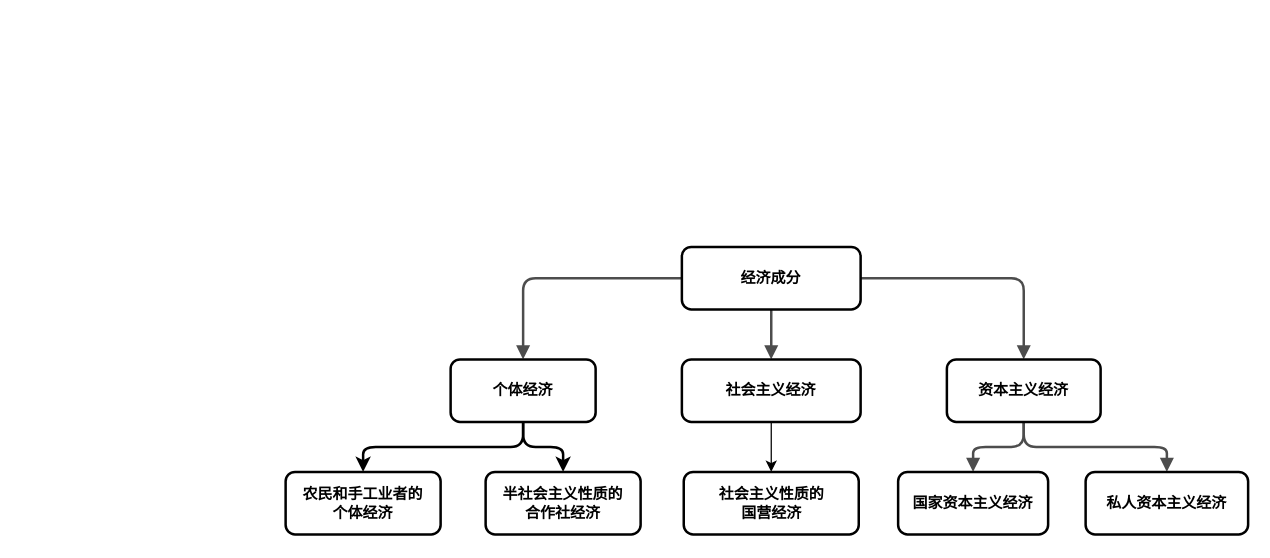
Chaos1025/DiagramRep keeps this draw.io diagram as 新民主主义时期社会成分.drawio. Above is the earlier version. Source tidied: cells renumbered, new cells numbered last; positions are measured from the earlier drawing's top-left corner, leaving out a move shared by most shapes. Both pictures are drawn from the tidied source at 125%, with x=0, y=0 at pixel (285, 246).
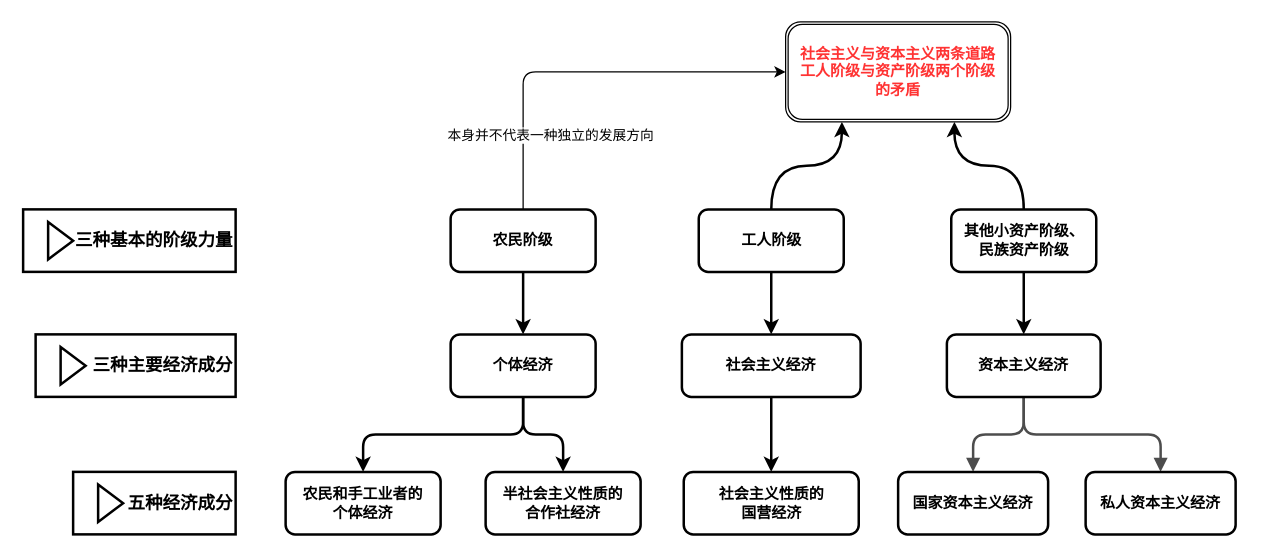
The same diagram, later.

Commit message (it also covers changes not shown here):
更新新民主主义时期社会成分.drawio

Unchanged cells that the change refers to:
```xml
<mxCell id="18" value="社会主义性质的&lt;br&gt;国营经济" style="whiteSpace=wrap;html=1;rounded=1;shadow=0;comic=0;strokeWidth=2;fontFamily=Verdana;align=center;fontSize=12;fontStyle=1;" parent="1" vertex="1">
  <mxGeometry x="318.5" y="180" width="140" height="50" as="geometry" />
</mxCell>
```

Diff of the diagram source:
```diff
@@
-    <mxCell id="2" style="edgeStyle=orthogonalEdgeStyle;rounded=1;html=1;labelBackgroundColor=none;endArrow=block;endFill=1;strokeColor=#4D4D4D;strokeWidth=2;fontFamily=Verdana;fontSize=12;fontStyle=1;" parent="1" edge="1" source="14" target="13">
-      <mxGeometry relative="1" as="geometry" />
-    </mxCell>
-    <mxCell id="3" style="edgeStyle=orthogonalEdgeStyle;rounded=1;html=1;labelBackgroundColor=none;endArrow=block;endFill=1;strokeColor=#4D4D4D;strokeWidth=2;fontFamily=Verdana;fontSize=12;fontStyle=1;" parent="1" edge="1" source="14" target="10">
-      <mxGeometry relative="1" as="geometry" />
-    </mxCell>
-    <mxCell id="4" style="edgeStyle=orthogonalEdgeStyle;rounded=1;html=1;labelBackgroundColor=none;endArrow=block;endFill=1;strokeColor=#4D4D4D;strokeWidth=2;fontFamily=Verdana;fontSize=12;fontStyle=1;" parent="1" edge="1" source="14" target="15">
-      <mxGeometry relative="1" as="geometry" />
-    </mxCell>
@@
     <mxCell id="10" value="个体经济" style="whiteSpace=wrap;html=1;rounded=1;shadow=0;comic=0;strokeWidth=2;fontFamily=Verdana;align=center;fontSize=12;fontStyle=1;" parent="1" vertex="1">
-      <mxGeometry x="132" y="90" width="116" height="50" as="geometry" />
+      <mxGeometry x="132" y="70" width="116" height="50" as="geometry" />
     </mxCell>
@@
-    <mxCell id="12" style="edgeStyle=orthogonalEdgeStyle;rounded=0;jettySize=auto;html=1;" parent="1" edge="1" source="13" target="18">
+    <mxCell id="12" style="edgeStyle=orthogonalEdgeStyle;rounded=1;jettySize=auto;html=1;strokeWidth=2;" parent="1" edge="1" source="13" target="18">
       <mxGeometry relative="1" as="geometry" />
     </mxCell>
     <mxCell id="13" value="社会主义经济" style="whiteSpace=wrap;html=1;rounded=1;shadow=0;comic=0;strokeWidth=2;fontFamily=Verdana;align=center;fontSize=12;fontStyle=1;" parent="1" vertex="1">
-      <mxGeometry x="317" y="90" width="143" height="50" as="geometry" />
+      <mxGeometry x="317" y="70" width="143" height="50" as="geometry" />
     </mxCell>
-    <mxCell id="14" value="经济成分" style="whiteSpace=wrap;html=1;rounded=1;shadow=0;comic=0;strokeWidth=2;fontFamily=Verdana;align=center;fontSize=12;fontStyle=1;" parent="1" vertex="1">
-      <mxGeometry x="317" width="143" height="50" as="geometry" />
-    </mxCell>
     <mxCell id="15" value="资本主义经济" style="whiteSpace=wrap;html=1;rounded=1;shadow=0;comic=0;strokeWidth=2;fontFamily=Verdana;align=center;fontSize=12;fontStyle=1;" parent="1" vertex="1">
-      <mxGeometry x="529" y="90" width="123" height="50" as="geometry" />
+      <mxGeometry x="529" y="70" width="123" height="50" as="geometry" />
     </mxCell>
@@
     <mxCell id="17" value="私人资本主义经济" style="whiteSpace=wrap;html=1;rounded=1;shadow=0;comic=0;strokeWidth=2;fontFamily=Verdana;align=center;fontSize=12;fontStyle=1;" parent="1" vertex="1">
-      <mxGeometry x="640" y="180" width="130" height="50" as="geometry" />
+      <mxGeometry x="640" y="180" width="120" height="50" as="geometry" />
     </mxCell>
@@
+    <mxCell id="19" style="edgeStyle=orthogonalEdgeStyle;rounded=1;jettySize=auto;html=1;exitX=0.5;exitY=1;exitDx=0;exitDy=0;entryX=0.5;entryY=0;entryDx=0;entryDy=0;strokeWidth=2;" parent="1" edge="1" source="22" target="10">
+      <mxGeometry relative="1" as="geometry" />
+    </mxCell>
+    <mxCell id="20" style="edgeStyle=orthogonalEdgeStyle;rounded=1;jettySize=auto;html=1;exitX=0.5;exitY=0;exitDx=0;exitDy=0;entryX=0;entryY=0.5;entryDx=0;entryDy=0;" parent="1" edge="1" source="22" target="35">
+      <mxGeometry relative="1" as="geometry" />
+    </mxCell>
+    <mxCell id="21" value="本身并不代表一种独立的发展方向" style="edgeLabel;html=1;align=center;verticalAlign=middle;" parent="20" vertex="1">
+      <mxGeometry x="-0.04" y="-2" relative="1" as="geometry">
+        <mxPoint x="-23" y="48" as="offset" />
+      </mxGeometry>
+    </mxCell>
+    <mxCell id="22" value="农民阶级" style="whiteSpace=wrap;html=1;rounded=1;shadow=0;comic=0;strokeWidth=2;fontFamily=Verdana;align=center;fontSize=12;fontStyle=1;" parent="1" vertex="1">
+      <mxGeometry x="132" y="-30" width="116" height="50" as="geometry" />
+    </mxCell>
+    <mxCell id="23" style="edgeStyle=orthogonalEdgeStyle;rounded=1;jettySize=auto;html=1;exitX=0.5;exitY=1;exitDx=0;exitDy=0;entryX=0.5;entryY=0;entryDx=0;entryDy=0;strokeWidth=2;" parent="1" edge="1" source="25" target="13">
+      <mxGeometry relative="1" as="geometry" />
+    </mxCell>
+    <mxCell id="24" style="edgeStyle=orthogonalEdgeStyle;jettySize=auto;html=1;exitX=0.5;exitY=0;exitDx=0;exitDy=0;entryX=0.25;entryY=1;entryDx=0;entryDy=0;curved=1;strokeWidth=2;" parent="1" edge="1" source="25" target="35">
+      <mxGeometry relative="1" as="geometry" />
+    </mxCell>
+    <mxCell id="25" value="工人阶级" style="whiteSpace=wrap;html=1;rounded=1;shadow=0;comic=0;strokeWidth=2;fontFamily=Verdana;align=center;fontSize=12;fontStyle=1;" parent="1" vertex="1">
+      <mxGeometry x="330.5" y="-30" width="116" height="50" as="geometry" />
+    </mxCell>
+    <mxCell id="26" style="edgeStyle=orthogonalEdgeStyle;rounded=1;jettySize=auto;html=1;exitX=0.5;exitY=1;exitDx=0;exitDy=0;entryX=0.5;entryY=0;entryDx=0;entryDy=0;strokeWidth=2;" parent="1" edge="1" source="28" target="15">
+      <mxGeometry relative="1" as="geometry" />
+    </mxCell>
+    <mxCell id="27" style="edgeStyle=orthogonalEdgeStyle;jettySize=auto;html=1;exitX=0.5;exitY=0;exitDx=0;exitDy=0;entryX=0.75;entryY=1;entryDx=0;entryDy=0;strokeWidth=2;curved=1;" parent="1" edge="1" source="28" target="35">
+      <mxGeometry relative="1" as="geometry" />
+    </mxCell>
+    <mxCell id="28" value="其他小资产阶级、&lt;br&gt;民族资产阶级" style="whiteSpace=wrap;html=1;rounded=1;shadow=0;comic=0;strokeWidth=2;fontFamily=Verdana;align=center;fontSize=12;fontStyle=1;" parent="1" vertex="1">
+      <mxGeometry x="532.5" y="-30" width="116" height="50" as="geometry" />
+    </mxCell>
+    <mxCell id="29" value="&lt;font style=&quot;font-size: 14px;&quot;&gt;&lt;b&gt;三种基本的阶级力量&lt;/b&gt;&lt;/font&gt;" style="html=1;whiteSpace=wrap;strokeWidth=2;align=right;" parent="1" vertex="1">
+      <mxGeometry x="-210" y="-30" width="170" height="50" as="geometry" />
+    </mxCell>
+    <mxCell id="30" style="triangle;html=1;whiteSpace=wrap;strokeWidth=2;" parent="29" vertex="1">
+      <mxGeometry x="20" y="10" width="20" height="30" as="geometry" />
+    </mxCell>
+    <mxCell id="31" value="&lt;font style=&quot;font-size: 14px;&quot;&gt;&lt;b&gt;三种主要经济成分&lt;/b&gt;&lt;/font&gt;" style="html=1;whiteSpace=wrap;align=right;strokeWidth=2;" parent="1" vertex="1">
+      <mxGeometry x="-200" y="70" width="160" height="50" as="geometry" />
+    </mxCell>
+    <mxCell id="32" style="triangle;html=1;whiteSpace=wrap;strokeWidth=2;" parent="31" vertex="1">
+      <mxGeometry x="20" y="10" width="20" height="30" as="geometry" />
+    </mxCell>
+    <mxCell id="33" value="&lt;font style=&quot;font-size: 14px;&quot;&gt;&lt;b&gt;五种经济成分&lt;/b&gt;&lt;/font&gt;" style="html=1;whiteSpace=wrap;align=right;strokeWidth=2;" parent="1" vertex="1">
+      <mxGeometry x="-170" y="180" width="130" height="50" as="geometry" />
+    </mxCell>
+    <mxCell id="34" style="triangle;html=1;whiteSpace=wrap;strokeWidth=2;" parent="33" vertex="1">
+      <mxGeometry x="20" y="10" width="20" height="30" as="geometry" />
+    </mxCell>
+    <mxCell id="35" value="&lt;b&gt;&lt;font color=&quot;#ff3333&quot;&gt;社会主义与资本主义两条道路&lt;br&gt;工人阶级与资产阶级两个阶级&lt;br&gt;的矛盾&lt;/font&gt;&lt;/b&gt;" style="shape=ext;double=1;rounded=1;whiteSpace=wrap;html=1;strokeWidth=1;" parent="1" vertex="1">
+      <mxGeometry x="400" y="-180" width="180" height="80" as="geometry" />
+    </mxCell>
```
